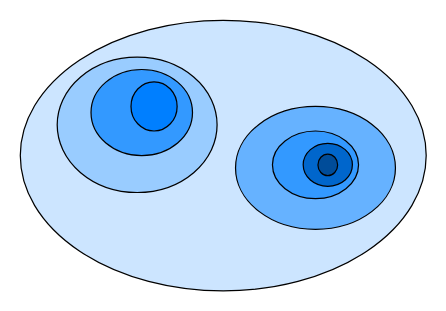
Before: EAM对梯度优势分析.drawio in Tarseus/drawio, a draw.io diagram. Source tidied: cells renumbered, new cells numbered last; positions are measured from the earlier drawing's top-left corner, leaving out a move shared by most shapes. Both pictures are drawn from the tidied source at 123%, with x=0, y=0 at pixel (20, 20).
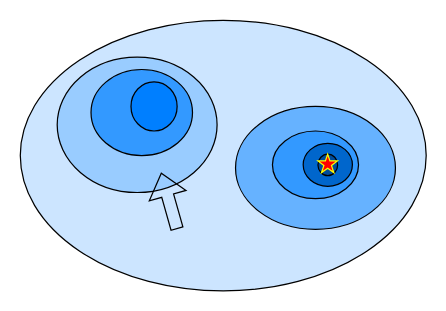
The same page after the edit.

Commit message (it also covers changes not shown here):
更新EAM对梯度优势分析.drawio

Diff of the diagram source:
```diff
@@
 <mxGraphModel>
   <root>
     <mxCell id="0" />
     <mxCell id="1" parent="0" />
     <mxCell id="2" style="ellipse;whiteSpace=wrap;html=1;fillColor=#CCE5FF;strokeColor=#000000;" parent="1" vertex="1">
       <mxGeometry width="330" height="220" as="geometry" />
     </mxCell>
     <mxCell id="3" style="ellipse;whiteSpace=wrap;html=1;fillColor=#99CCFF;strokeColor=#000000;" parent="1" vertex="1">
       <mxGeometry x="30" y="30" width="130" height="110" as="geometry" />
     </mxCell>
     <mxCell id="4" style="ellipse;whiteSpace=wrap;html=1;fillColor=#3399FF;" parent="1" vertex="1">
       <mxGeometry x="57.5" y="40" width="82.5" height="70" as="geometry" />
     </mxCell>
     <mxCell id="5" style="ellipse;whiteSpace=wrap;html=1;fillColor=#66B2FF;" parent="1" vertex="1">
       <mxGeometry x="175" y="70" width="130" height="100" as="geometry" />
     </mxCell>
     <mxCell id="6" style="ellipse;whiteSpace=wrap;html=1;fillColor=#3399FF;" parent="1" vertex="1">
       <mxGeometry x="205" y="90" width="70" height="55" as="geometry" />
     </mxCell>
     <mxCell id="7" style="ellipse;whiteSpace=wrap;html=1;fillColor=#0066CC;" parent="1" vertex="1">
       <mxGeometry x="230" y="100" width="40" height="35" as="geometry" />
     </mxCell>
     <mxCell id="8" style="ellipse;whiteSpace=wrap;html=1;fillColor=#007FFF;" parent="1" vertex="1">
       <mxGeometry x="90" y="50" width="37.5" height="40" as="geometry" />
     </mxCell>
     <mxCell id="9" style="ellipse;whiteSpace=wrap;html=1;fillColor=#004C99;" parent="1" vertex="1">
       <mxGeometry x="242" y="108.8" width="16" height="17.5" as="geometry" />
     </mxCell>
+    <mxCell id="10" style="verticalLabelPosition=bottom;verticalAlign=top;html=1;shape=mxgraph.basic.star;fillColor=#FF0000;strokeColor=#FFFF00;" parent="1" vertex="1">
+      <mxGeometry x="242" y="108.8" width="15.8" height="15" as="geometry" />
+    </mxCell>
+    <mxCell id="11" style="shape=flexArrow;endArrow=classic;html=1;rounded=0;" parent="1" edge="1">
+      <mxGeometry relative="1" as="geometry">
+        <mxPoint x="127.5" y="169.8" as="sourcePoint" />
+        <mxPoint x="114.5" y="123.8" as="targetPoint" />
+      </mxGeometry>
+    </mxCell>
   </root>
 </mxGraphModel>
```
